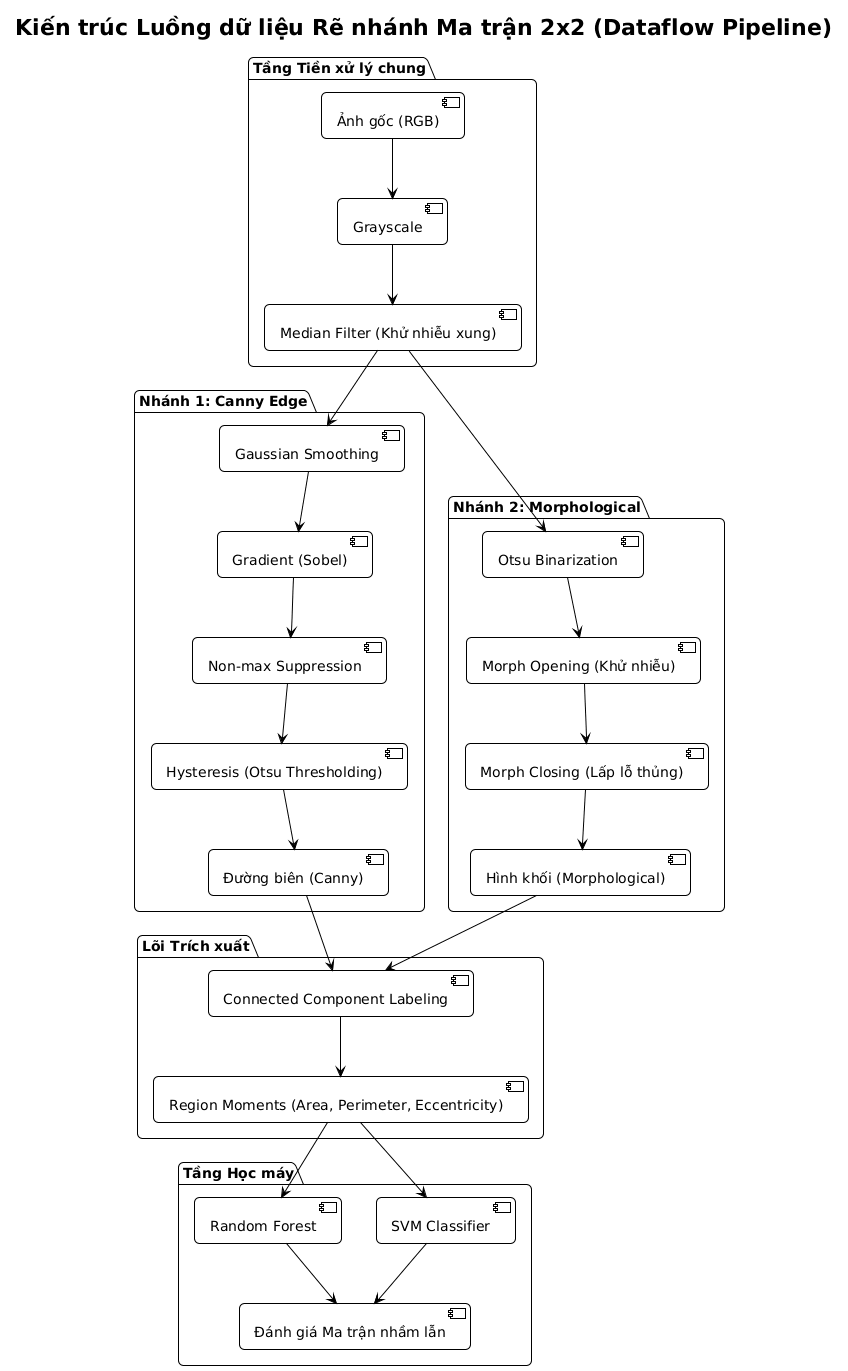
The PlantUML diagram docs/architecture_dataflow.png in NgocHuyen2309/Surface_Defect_Detection_System, before a commit. The source it was exported from:
```plantuml
@startuml
!theme plain
skinparam roundcorner 10
skinparam maxmessagesize 90
skinparam componentStyle uml2

title Kiến trúc Luồng dữ liệu Rẽ nhánh Ma trận 2x2 (Dataflow Pipeline)

package "Tầng Tiền xử lý chung" {
  [Ảnh gốc (RGB)] --> [Grayscale]
  [Grayscale] --> [Median Filter (Khử nhiễu xung)]
}

package "Nhánh 1: Canny Edge" {
  [Median Filter (Khử nhiễu xung)] --> [Gaussian Smoothing]
  [Gaussian Smoothing] --> [Gradient (Sobel)]
  [Gradient (Sobel)] --> [Non-max Suppression]
  [Non-max Suppression] --> [Hysteresis (Otsu Thresholding)]
  [Hysteresis (Otsu Thresholding)] --> [Đường biên (Canny)]
}

package "Nhánh 2: Morphological" {
  [Median Filter (Khử nhiễu xung)] --> [Otsu Binarization]
  [Otsu Binarization] --> [Morph Opening (Khử nhiễu)]
  [Morph Opening (Khử nhiễu)] --> [Morph Closing (Lấp lỗ thủng)]
  [Morph Closing (Lấp lỗ thủng)] --> [Hình khối (Morphological)]
}

package "Lõi Trích xuất" {
  [Đường biên (Canny)] --> [Connected Component Labeling]
  [Hình khối (Morphological)] --> [Connected Component Labeling]
  [Connected Component Labeling] --> [Region Moments (Area, Perimeter, Eccentricity)]
}

package "Tầng Học máy" {
  [Region Moments (Area, Perimeter, Eccentricity)] --> [SVM Classifier]
  [Region Moments (Area, Perimeter, Eccentricity)] --> [Random Forest]

  [SVM Classifier] --> [Đánh giá Ma trận nhầm lẫn]
  [Random Forest] --> [Đánh giá Ma trận nhầm lẫn]
}
@enduml
```
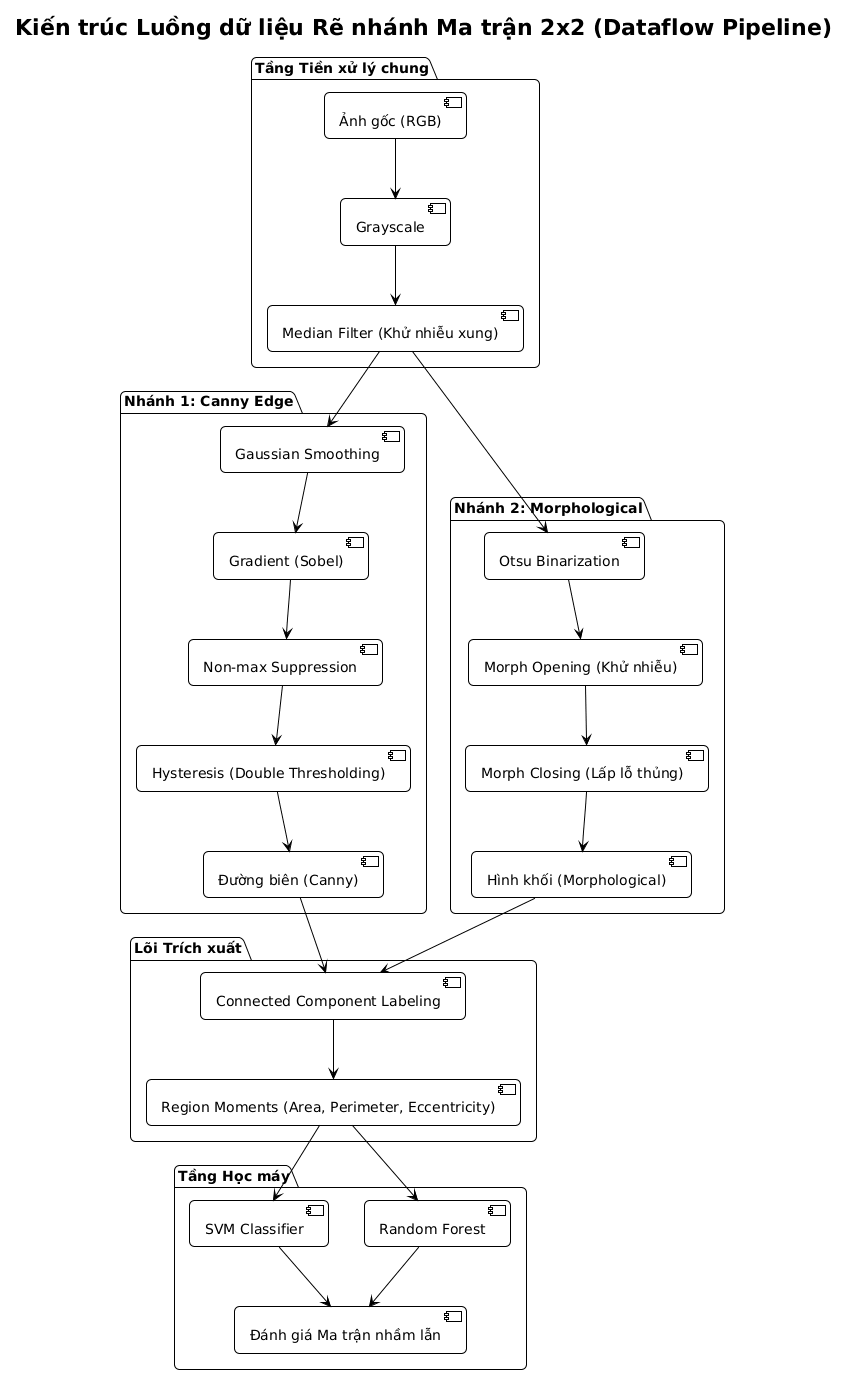
The same file after the commit.

Commit message:
hotfix: fix the dataflow

Diff of the diagram source:
```diff
@@ -15,8 +15,8 @@
   [Median Filter (Khử nhiễu xung)] --> [Gaussian Smoothing]
   [Gaussian Smoothing] --> [Gradient (Sobel)]
   [Gradient (Sobel)] --> [Non-max Suppression]
-  [Non-max Suppression] --> [Hysteresis (Otsu Thresholding)]
-  [Hysteresis (Otsu Thresholding)] --> [Đường biên (Canny)]
+  [Non-max Suppression] --> [Hysteresis (Double Thresholding)]
+  [Hysteresis (Double Thresholding)] --> [Đường biên (Canny)]
 }
 
 package "Nhánh 2: Morphological" {
```
